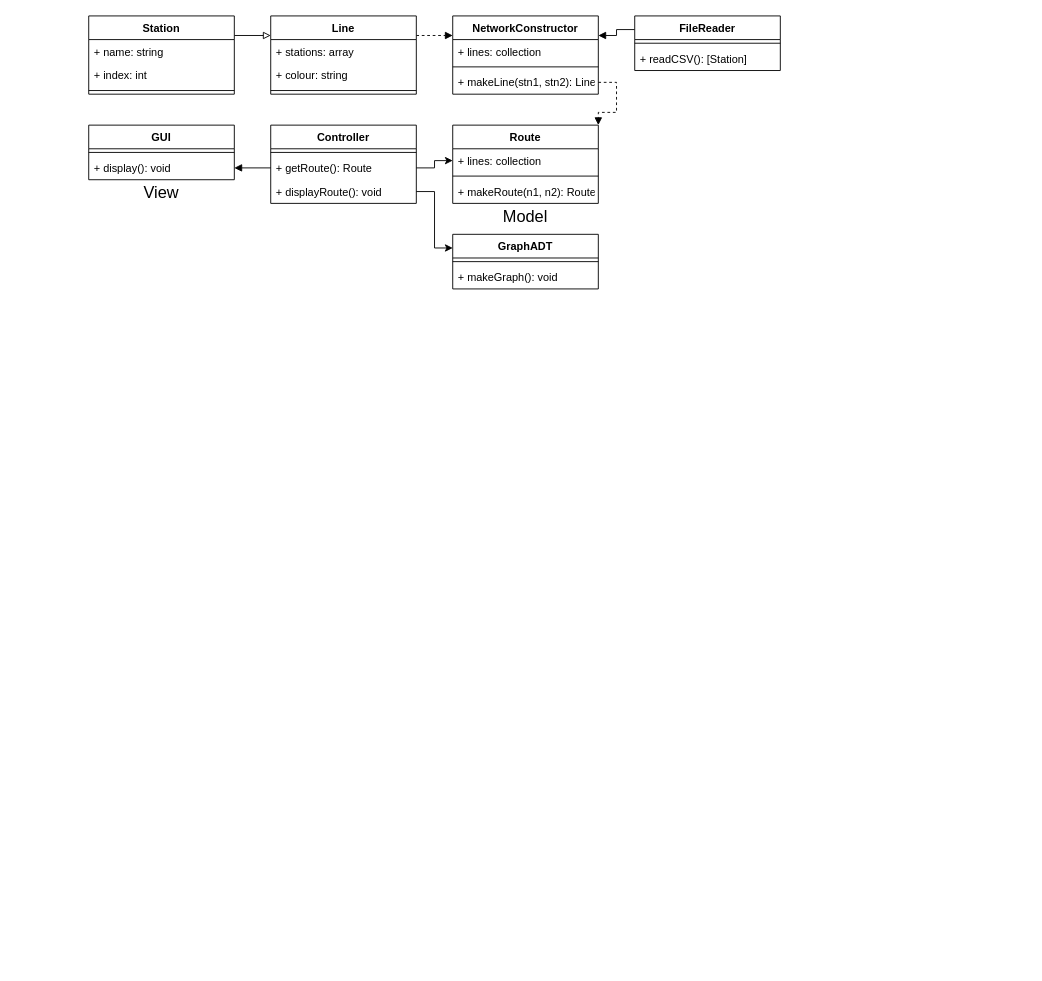
samwod1/BostonMetroProject keeps this draw.io diagram as BostonMetro.drawio. Above is the earlier version. Source tidied: cells renumbered, new cells numbered last; positions are measured from the earlier drawing's top-left corner, leaving out a move shared by most shapes. Both pictures are drawn from the tidied source at 91%, with x=0, y=0 at pixel (88, 15).
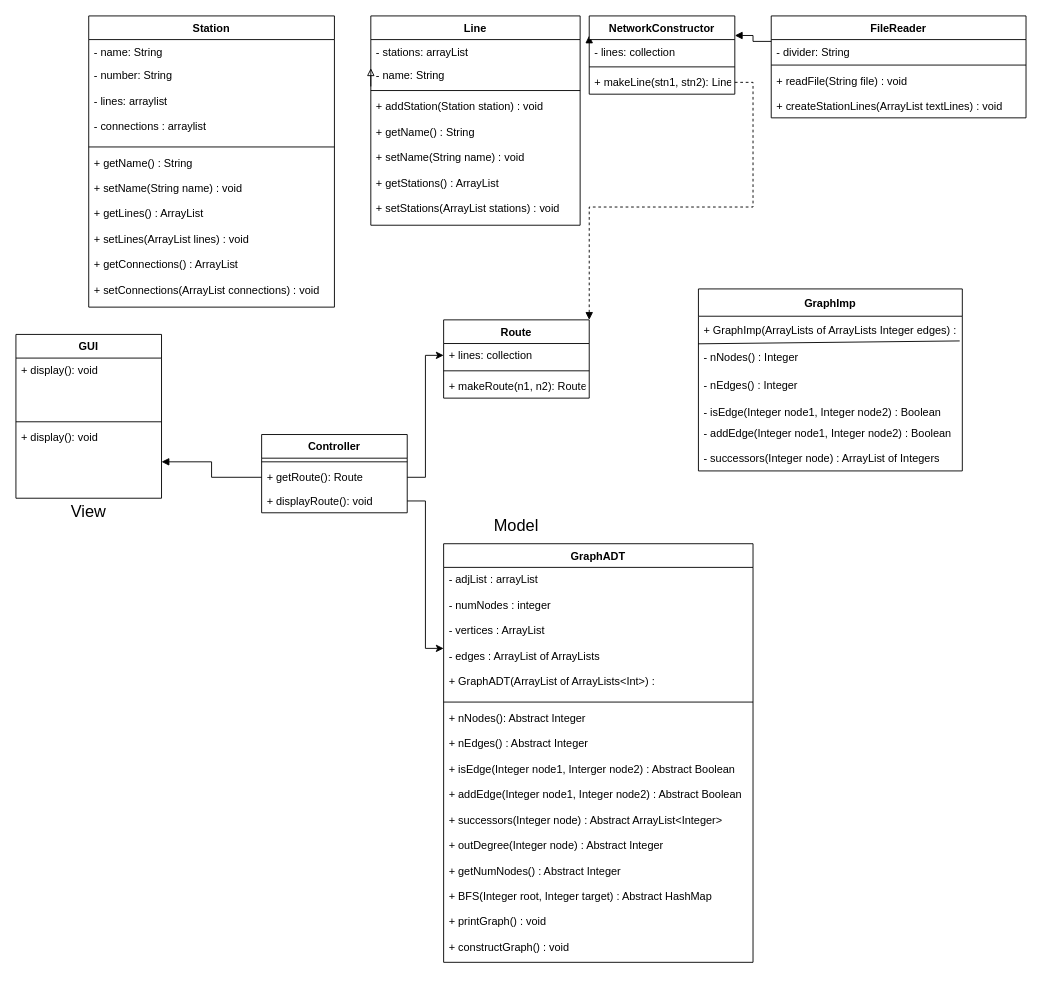
The same page after the edit.

The change refers to these unchanged cells:
```xml
<mxCell id="36" value="+ makeLine(stn1, stn2): Line" style="text;strokeColor=none;fillColor=none;align=left;verticalAlign=top;spacingLeft=4;spacingRight=4;overflow=hidden;points=[[0,0.5],[1,0.5]];portConstraint=eastwest;" parent="33" vertex="1">
  <mxGeometry y="60" width="160" height="26" as="geometry" />
</mxCell>
```

Change to the diagram source:
```diff
@@
     <mxCell id="2" value="&lt;font style=&quot;font-size: 18px&quot;&gt;Model&lt;/font&gt;" style="text;html=1;strokeColor=none;fillColor=none;align=center;verticalAlign=middle;whiteSpace=wrap;rounded=0;" parent="1" vertex="1">
-      <mxGeometry x="435" y="206" width="90" height="30" as="geometry" />
+      <mxGeometry x="425" y="546" width="90" height="30" as="geometry" />
     </mxCell>
     <mxCell id="3" value="View" style="text;html=1;strokeColor=none;fillColor=none;align=center;verticalAlign=middle;whiteSpace=wrap;rounded=0;fontSize=18;" parent="1" vertex="1">
-      <mxGeometry x="50" y="180" width="60" height="30" as="geometry" />
+      <mxGeometry x="-30" y="530" width="60" height="30" as="geometry" />
     </mxCell>
-    <mxCell id="4" style="edgeStyle=orthogonalEdgeStyle;rounded=0;jettySize=auto;html=1;exitX=1;exitY=0.25;exitDx=0;exitDy=0;entryX=0;entryY=0.25;entryDx=0;entryDy=0;endArrow=block;endFill=0;strokeColor=#000000;" parent="1" edge="1" source="5" target="14">
-      <mxGeometry relative="1" as="geometry" />
+    <mxCell id="4" style="edgeStyle=orthogonalEdgeStyle;rounded=0;jettySize=auto;html=1;exitX=1;exitY=0.25;exitDx=0;exitDy=0;entryX=0;entryY=0.25;entryDx=0;entryDy=0;endArrow=block;endFill=0;strokeColor=#000000;" parent="1" edge="1" target="14">
+      <mxGeometry relative="1" as="geometry">
+        <mxPoint x="310" y="77.5" as="sourcePoint" />
+      </mxGeometry>
     </mxCell>
     <mxCell id="5" value="Station" style="swimlane;fontStyle=1;align=center;verticalAlign=top;horizontal=1;startSize=26;" parent="1" vertex="1">
-      <mxGeometry width="160" height="86" as="geometry" />
+      <mxGeometry width="270" height="320" as="geometry" />
     </mxCell>
-    <mxCell id="6" value="+ name: string" style="text;strokeColor=none;fillColor=none;align=left;verticalAlign=top;spacingLeft=4;spacingRight=4;overflow=hidden;" parent="5" vertex="1">
-      <mxGeometry y="26" width="160" height="26" as="geometry" />
+    <mxCell id="6" value="- name: String" style="text;strokeColor=none;fillColor=none;align=left;verticalAlign=top;spacingLeft=4;spacingRight=4;overflow=hidden;" parent="5" vertex="1">
+      <mxGeometry y="26" width="270" height="26" as="geometry" />
     </mxCell>
-    <mxCell id="7" value="+ index: int" style="text;strokeColor=none;fillColor=none;align=left;verticalAlign=top;spacingLeft=4;spacingRight=4;overflow=hidden;" parent="5" vertex="1">
-      <mxGeometry y="52" width="160" height="26" as="geometry" />
+    <mxCell id="7" value="- number: String&#10;&#10;- lines: arraylist&#10;&#10;- connections : arraylist&#10;" style="text;strokeColor=none;fillColor=none;align=left;verticalAlign=top;spacingLeft=4;spacingRight=4;overflow=hidden;" parent="5" vertex="1">
+      <mxGeometry y="52" width="270" height="88" as="geometry" />
     </mxCell>
     <mxCell id="8" style="line;strokeWidth=1;fillColor=none;align=left;verticalAlign=middle;spacingTop=-1;spacingLeft=3;spacingRight=3;labelPosition=right;" parent="5" vertex="1">
-      <mxGeometry y="78" width="160" height="8" as="geometry" />
+      <mxGeometry y="140" width="270" height="8" as="geometry" />
     </mxCell>
+    <mxCell id="41" value="+ getName() : String&#10;&#10;+ setName(String name) : void&#10;&#10;+ getLines() : ArrayList &#10;&#10;+ setLines(ArrayList lines) : void&#10;&#10;+ getConnections() : ArrayList&#10;&#10;+ setConnections(ArrayList connections) : void&#10;" style="text;strokeColor=none;fillColor=none;align=left;verticalAlign=top;spacingLeft=4;spacingRight=4;overflow=hidden;" parent="5" vertex="1">
+      <mxGeometry y="148" width="270" height="172" as="geometry" />
+    </mxCell>
@@
     <mxCell id="10" value="FileReader" style="swimlane;fontStyle=1;align=center;verticalAlign=top;horizontal=1;startSize=26;" parent="1" vertex="1">
-      <mxGeometry x="600" width="160" height="60" as="geometry" />
+      <mxGeometry x="750" width="280" height="112" as="geometry" />
     </mxCell>
+    <mxCell id="12" value="- divider: String&#10;&#10;" style="text;strokeColor=none;fillColor=none;align=left;verticalAlign=top;spacingLeft=4;spacingRight=4;overflow=hidden;" parent="10" vertex="1">
+      <mxGeometry y="26" width="280" height="24" as="geometry" />
+    </mxCell>
     <mxCell id="11" style="line;strokeWidth=1;fillColor=none;align=left;verticalAlign=middle;spacingTop=-1;spacingLeft=3;spacingRight=3;labelPosition=right;" parent="10" vertex="1">
-      <mxGeometry y="26" width="160" height="8" as="geometry" />
+      <mxGeometry y="50" width="280" height="8" as="geometry" />
     </mxCell>
-    <mxCell id="12" value="+ readCSV(): [Station]" style="text;strokeColor=none;fillColor=none;align=left;verticalAlign=top;spacingLeft=4;spacingRight=4;overflow=hidden;" parent="10" vertex="1">
-      <mxGeometry y="34" width="160" height="26" as="geometry" />
-    </mxCell>
+    <mxCell id="42" value="+ readFile(String file) : void&#10;&#10;+ createStationLines(ArrayList textLines) : void &#10;" style="text;strokeColor=none;fillColor=none;align=left;verticalAlign=top;spacingLeft=4;spacingRight=4;overflow=hidden;" parent="10" vertex="1">
+      <mxGeometry y="58" width="280" height="54" as="geometry" />
+    </mxCell>
-    <mxCell id="13" style="edgeStyle=orthogonalEdgeStyle;rounded=0;jettySize=auto;html=1;exitX=1;exitY=0.25;exitDx=0;exitDy=0;entryX=0;entryY=0.25;entryDx=0;entryDy=0;dashed=1;endArrow=block;endFill=1;strokeColor=#000000;" parent="1" edge="1" source="14" target="33">
-      <mxGeometry relative="1" as="geometry" />
+    <mxCell id="13" style="edgeStyle=orthogonalEdgeStyle;rounded=0;jettySize=auto;html=1;exitX=1;exitY=0.25;exitDx=0;exitDy=0;entryX=0;entryY=0.25;entryDx=0;entryDy=0;dashed=1;endArrow=block;endFill=1;strokeColor=#000000;" parent="1" edge="1" target="33">
+      <mxGeometry relative="1" as="geometry">
+        <mxPoint x="550" y="28" as="sourcePoint" />
+      </mxGeometry>
     </mxCell>
     <mxCell id="14" value="Line" style="swimlane;fontStyle=1;align=center;verticalAlign=top;horizontal=1;startSize=26;" parent="1" vertex="1">
-      <mxGeometry x="200" width="160" height="86" as="geometry" />
+      <mxGeometry x="310" width="230" height="230" as="geometry" />
     </mxCell>
-    <mxCell id="15" value="+ stations: array" style="text;strokeColor=none;fillColor=none;align=left;verticalAlign=top;spacingLeft=4;spacingRight=4;overflow=hidden;" parent="14" vertex="1">
-      <mxGeometry y="26" width="160" height="26" as="geometry" />
+    <mxCell id="15" value="- stations: arrayList" style="text;strokeColor=none;fillColor=none;align=left;verticalAlign=top;spacingLeft=4;spacingRight=4;overflow=hidden;" parent="14" vertex="1">
+      <mxGeometry y="26" width="230" height="26" as="geometry" />
     </mxCell>
-    <mxCell id="16" value="+ colour: string" style="text;strokeColor=none;fillColor=none;align=left;verticalAlign=top;spacingLeft=4;spacingRight=4;overflow=hidden;" parent="14" vertex="1">
-      <mxGeometry y="52" width="160" height="26" as="geometry" />
+    <mxCell id="16" value="- name: String" style="text;strokeColor=none;fillColor=none;align=left;verticalAlign=top;spacingLeft=4;spacingRight=4;overflow=hidden;" parent="14" vertex="1">
+      <mxGeometry y="52" width="230" height="26" as="geometry" />
     </mxCell>
     <mxCell id="17" style="line;strokeWidth=1;fillColor=none;align=left;verticalAlign=middle;spacingTop=-1;spacingLeft=3;spacingRight=3;labelPosition=right;" parent="14" vertex="1">
-      <mxGeometry y="78" width="160" height="8" as="geometry" />
+      <mxGeometry y="78" width="230" height="8" as="geometry" />
     </mxCell>
+    <mxCell id="43" value="+ addStation(Station station) : void&#10;&#10;+ getName() : String&#10;&#10;+ setName(String name) : void&#10;&#10;+ getStations() : ArrayList&#10;&#10;+ setStations(ArrayList stations) : void&#10;" style="text;strokeColor=none;fillColor=none;align=left;verticalAlign=top;spacingLeft=4;spacingRight=4;overflow=hidden;" parent="14" vertex="1">
+      <mxGeometry y="86" width="230" height="144" as="geometry" />
+    </mxCell>
@@
     <mxCell id="19" value="GraphADT" style="swimlane;fontStyle=1;align=center;verticalAlign=top;horizontal=1;startSize=26;" parent="1" vertex="1">
-      <mxGeometry x="400" y="240" width="160" height="60" as="geometry" />
+      <mxGeometry x="390" y="580" width="340" height="460" as="geometry" />
     </mxCell>
+    <mxCell id="44" value="- adjList : arrayList&#10;&#10;- numNodes : integer&#10;&#10;- vertices : ArrayList&#10;&#10;- edges : ArrayList of ArrayLists&#10;&#10;+ GraphADT(ArrayList of ArrayLists&lt;Int&gt;) : &#10;" style="text;strokeColor=none;fillColor=none;align=left;verticalAlign=top;spacingLeft=4;spacingRight=4;overflow=hidden;" parent="19" vertex="1">
+      <mxGeometry y="26" width="340" height="144" as="geometry" />
+    </mxCell>
     <mxCell id="20" style="line;strokeWidth=1;fillColor=none;align=left;verticalAlign=middle;spacingTop=-1;spacingLeft=3;spacingRight=3;labelPosition=right;" parent="19" vertex="1">
-      <mxGeometry y="26" width="160" height="8" as="geometry" />
+      <mxGeometry y="170" width="340" height="8" as="geometry" />
     </mxCell>
-    <mxCell id="21" value="+ makeGraph(): void" style="text;strokeColor=none;fillColor=none;align=left;verticalAlign=top;spacingLeft=4;spacingRight=4;overflow=hidden;" parent="19" vertex="1">
-      <mxGeometry y="34" width="160" height="26" as="geometry" />
+    <mxCell id="21" value="+ nNodes(): Abstract Integer&#10;&#10;+ nEdges() : Abstract Integer&#10;&#10;+ isEdge(Integer node1, Interger node2) : Abstract Boolean&#10;&#10;+ addEdge(Integer node1, Integer node2) : Abstract Boolean&#10;&#10;+ successors(Integer node) : Abstract ArrayList&lt;Integer&gt;&#10;&#10;+ outDegree(Integer node) : Abstract Integer&#10;&#10;+ getNumNodes() : Abstract Integer&#10;&#10;+ BFS(Integer root, Integer target) : Abstract HashMap&#10;&#10;+ printGraph() : void&#10;&#10;+ constructGraph() : void  &#10;" style="text;strokeColor=none;fillColor=none;align=left;verticalAlign=top;spacingLeft=4;spacingRight=4;overflow=hidden;" parent="19" vertex="1">
+      <mxGeometry y="178" width="340" height="282" as="geometry" />
     </mxCell>
     <mxCell id="22" value="Route" style="swimlane;fontStyle=1;align=center;verticalAlign=top;horizontal=1;startSize=26;" parent="1" vertex="1">
-      <mxGeometry x="400" y="120" width="160" height="86" as="geometry" />
+      <mxGeometry x="390" y="334" width="160" height="86" as="geometry" />
     </mxCell>
@@
     <mxCell id="26" value="Controller" style="swimlane;fontStyle=1;align=center;verticalAlign=top;horizontal=1;startSize=26;" parent="1" vertex="1">
-      <mxGeometry x="200" y="120" width="160" height="86" as="geometry" />
+      <mxGeometry x="190" y="460" width="160" height="86" as="geometry" />
     </mxCell>
@@
     <mxCell id="30" value="GUI" style="swimlane;fontStyle=1;align=center;verticalAlign=top;horizontal=1;startSize=26;" parent="1" vertex="1">
-      <mxGeometry y="120" width="160" height="60" as="geometry" />
+      <mxGeometry x="-80" y="350" width="160" height="180" as="geometry" />
     </mxCell>
+    <mxCell id="45" value="+ display(): void" style="text;strokeColor=none;fillColor=none;align=left;verticalAlign=top;spacingLeft=4;spacingRight=4;overflow=hidden;" parent="30" vertex="1">
+      <mxGeometry y="26" width="160" height="66" as="geometry" />
+    </mxCell>
     <mxCell id="31" style="line;strokeWidth=1;fillColor=none;align=left;verticalAlign=middle;spacingTop=-1;spacingLeft=3;spacingRight=3;labelPosition=right;" parent="30" vertex="1">
-      <mxGeometry y="26" width="160" height="8" as="geometry" />
+      <mxGeometry y="92" width="160" height="8" as="geometry" />
     </mxCell>
     <mxCell id="32" value="+ display(): void" style="text;strokeColor=none;fillColor=none;align=left;verticalAlign=top;spacingLeft=4;spacingRight=4;overflow=hidden;points=[[0,0.5],[1,0.5]];portConstraint=eastwest;" parent="30" vertex="1">
-      <mxGeometry y="34" width="160" height="26" as="geometry" />
+      <mxGeometry y="100" width="160" height="80" as="geometry" />
     </mxCell>
     <mxCell id="33" value="NetworkConstructor" style="swimlane;fontStyle=1;align=center;verticalAlign=top;horizontal=1;startSize=26;" parent="1" vertex="1">
-      <mxGeometry x="400" width="160" height="86" as="geometry" />
+      <mxGeometry x="550" width="160" height="86" as="geometry" />
     </mxCell>
-    <mxCell id="34" value="+ lines: collection" style="text;strokeColor=none;fillColor=none;align=left;verticalAlign=top;spacingLeft=4;spacingRight=4;overflow=hidden;" parent="33" vertex="1">
+    <mxCell id="34" value="- lines: collection" style="text;strokeColor=none;fillColor=none;align=left;verticalAlign=top;spacingLeft=4;spacingRight=4;overflow=hidden;" parent="33" vertex="1">
       <mxGeometry y="26" width="160" height="26" as="geometry" />
     </mxCell>
@@
     <mxCell id="37" style="edgeStyle=orthogonalEdgeStyle;rounded=0;jettySize=auto;html=1;exitX=1;exitY=0.5;exitDx=0;exitDy=0;entryX=1;entryY=0;entryDx=0;entryDy=0;endArrow=block;endFill=1;strokeColor=#000000;dashed=1;" parent="1" edge="1" source="36" target="22">
-      <mxGeometry relative="1" as="geometry" />
+      <mxGeometry relative="1" as="geometry">
+        <Array as="points">
+          <mxPoint x="730" y="73" />
+          <mxPoint x="730" y="210" />
+          <mxPoint x="550" y="210" />
+        </Array>
+      </mxGeometry>
     </mxCell>
@@
+    <mxCell id="46" value="GraphImp" style="swimlane;fontStyle=1;horizontal=1;startSize=30;" parent="1" vertex="1">
+      <mxGeometry x="670" y="300" width="290" height="200" as="geometry" />
+    </mxCell>
+    <mxCell id="47" value="+ GraphImp(ArrayLists of ArrayLists Integer edges) :  " style="text;strokeColor=none;fillColor=none;align=left;verticalAlign=middle;spacingLeft=4;spacingRight=4;overflow=hidden;" parent="46" vertex="1">
+      <mxGeometry y="30" width="290" height="30" as="geometry" />
+    </mxCell>
+    <mxCell id="48" value="- nNodes() : Integer" style="text;strokeColor=none;fillColor=none;align=left;verticalAlign=middle;spacingLeft=4;spacingRight=4;overflow=hidden;points=[[0,0.5],[1,0.5]];portConstraint=eastwest;" parent="46" vertex="1">
+      <mxGeometry y="60" width="290" height="30" as="geometry" />
+    </mxCell>
+    <mxCell id="49" value="- nEdges() : Integer" style="text;strokeColor=none;fillColor=none;align=left;verticalAlign=middle;spacingLeft=4;spacingRight=4;overflow=hidden;" parent="46" vertex="1">
+      <mxGeometry y="90" width="290" height="30" as="geometry" />
+    </mxCell>
+    <mxCell id="50" value="- isEdge(Integer node1, Integer node2) : Boolean" style="text;strokeColor=none;fillColor=none;align=left;verticalAlign=middle;spacingLeft=4;spacingRight=4;overflow=hidden;" parent="46" vertex="1">
+      <mxGeometry y="120" width="290" height="30" as="geometry" />
+    </mxCell>
+    <mxCell id="51" value="- addEdge(Integer node1, Integer node2) : Boolean&#10;&#10;- successors(Integer node) : ArrayList of Integers&#10;" style="text;strokeColor=none;fillColor=none;align=left;verticalAlign=middle;spacingLeft=4;spacingRight=4;overflow=hidden;" parent="46" vertex="1">
+      <mxGeometry y="150" width="290" height="50" as="geometry" />
+    </mxCell>
+    <mxCell id="52" style="endArrow=none;html=1;rounded=0;entryX=0.99;entryY=-0.095;entryDx=0;entryDy=0;entryPerimeter=0;exitX=-0.001;exitY=0.011;exitDx=0;exitDy=0;exitPerimeter=0;" parent="46" edge="1" source="48" target="48">
+      <mxGeometry relative="1" as="geometry" />
+    </mxCell>
```
